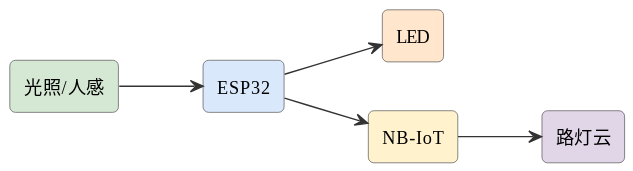
Above: assets/diagrams/ideas-fig108.svg in mingyi0818/IntelligentMcuCourse (PlantUML), before the change.
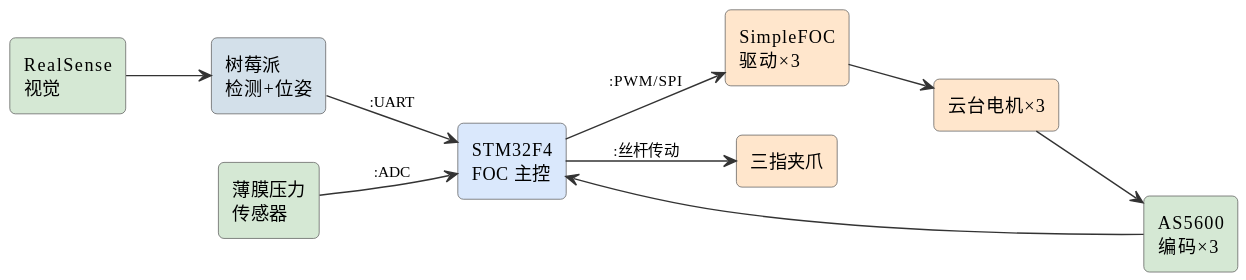
After the commit.

Diff of the diagram source:
```diff
@@ -6,13 +6,20 @@
 skinparam arrowFontSize 11
 skinparam arrowColor #333
 left to right direction
-rectangle "光照/人感" as s #d5e8d4
-rectangle "ESP32" as esp #dae8fc
-rectangle "LED" as led #ffe6cc
-rectangle "NB-IoT" as nb #fff2cc
-rectangle "路灯云" as cloud #e1d5e8
-s --> esp
-esp --> led
-esp --> nb
-nb --> cloud
+rectangle "RealSense\n视觉" as cam #d5e8d4
+rectangle "树莓派\n检测+位姿" as rpi #d3e0ea
+rectangle "STM32F4\nFOC 主控" as f4 #dae8fc
+rectangle "SimpleFOC\n驱动×3" as drv #ffe6cc
+rectangle "云台电机×3" as mot #ffe6cc
+rectangle "AS5600\n编码×3" as enc #d5e8d4
+rectangle "薄膜压力\n传感器" as fsr #d5e8d4
+rectangle "三指夹爪" as jaw #ffe6cc
+cam --> rpi
+rpi --> f4 : :UART
+f4 --> drv : :PWM/SPI
+drv --> mot
+mot --> enc
+enc --> f4
+fsr --> f4 : :ADC
+f4 --> jaw : :丝杆传动
 @enduml
```
